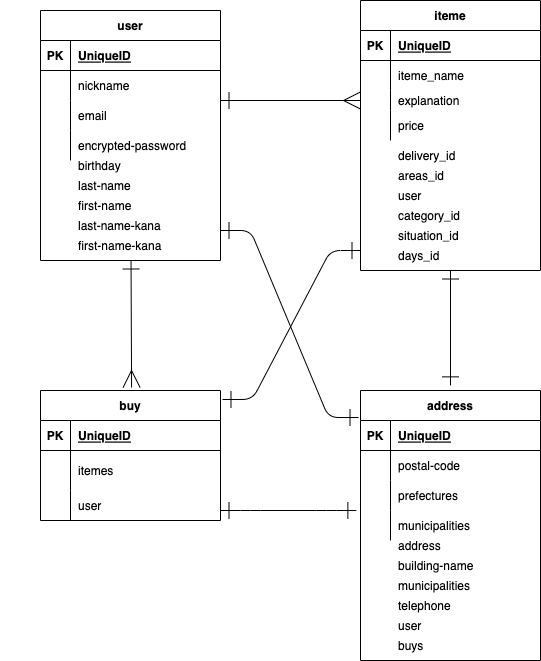
Before: furima.drawio.png, a diagram exported from draw.io (Tyanhorion/furima-37283). Source tidied: cells renumbered, new cells last; positions are measured from the earlier drawing's top-left corner, leaving out a move shared by most shapes.
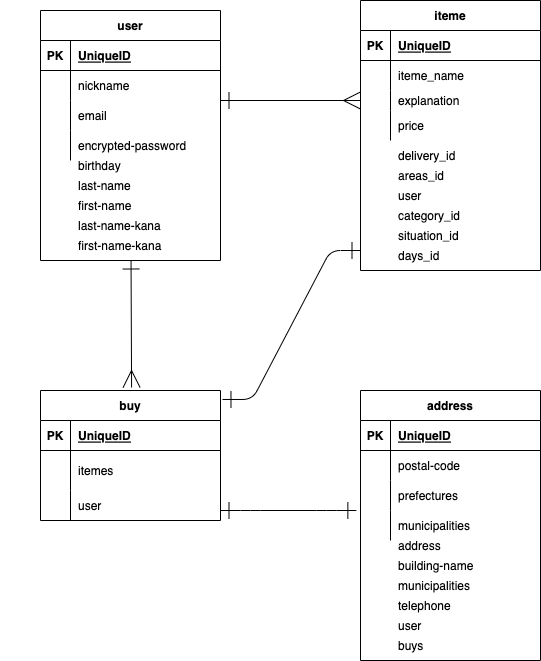
Above is the later version.

What changed in the source:
```diff
@@ -2,9 +2,6 @@
   <root>
     <mxCell id="0" />
     <mxCell id="1" parent="0" />
-    <mxCell id="2" style="edgeStyle=none;rounded=1;html=1;entryX=0.5;entryY=-0.019;entryDx=0;entryDy=0;entryPerimeter=0;startArrow=ERone;startFill=0;endArrow=ERone;endFill=0;startSize=15;endSize=15;sourcePerimeterSpacing=0;strokeColor=default;elbow=vertical;" parent="1" edge="1" source="3" target="16">
-      <mxGeometry relative="1" as="geometry" />
-    </mxCell>
     <mxCell id="3" value="iteme" style="shape=table;startSize=30;rowLines=0;fontStyle=1;align=center;" parent="1" vertex="1">
       <mxGeometry x="360" width="180" height="270" as="geometry" />
     </mxCell>
@@ -270,10 +267,5 @@
         <mxPoint x="355.9" y="510" as="targetPoint" />
       </mxGeometry>
     </mxCell>
-    <mxCell id="89" style="edgeStyle=entityRelationEdgeStyle;fontSize=12;html=1;endArrow=ERone;rounded=1;startSize=15;endSize=15;sourcePerimeterSpacing=0;strokeColor=default;entryX=-0.011;entryY=-0.1;entryDx=0;entryDy=0;entryPerimeter=0;endFill=0;startArrow=ERone;startFill=0;" parent="1" edge="1" target="17">
-      <mxGeometry relative="1" as="geometry">
-        <mxPoint x="220" y="230" as="sourcePoint" />
-      </mxGeometry>
-    </mxCell>
   </root>
 </mxGraphModel>
```
